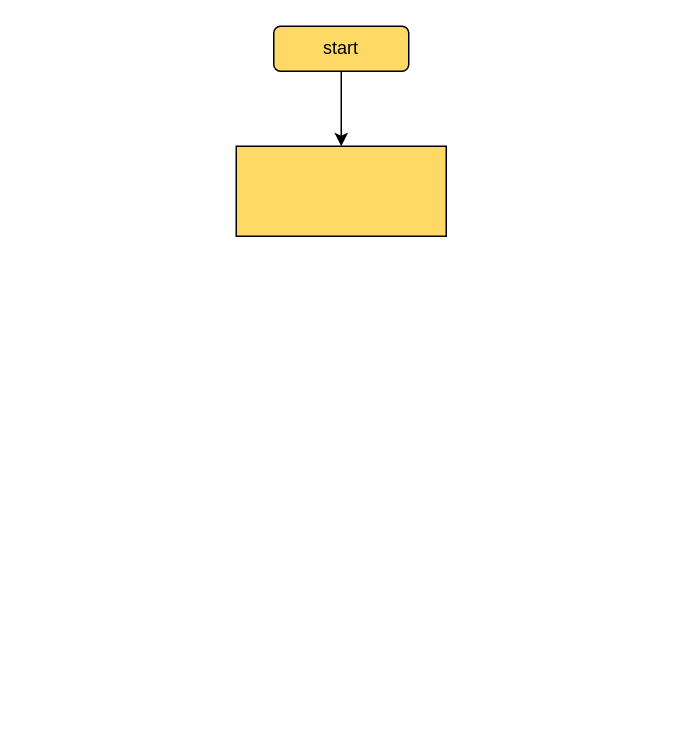
Before: page "Page-2" (2 of 2) of dd structure.drawio in SeanXLChen/gitskills, a draw.io diagram. Source tidied: cells renumbered, new cells numbered last; positions are measured from the earlier drawing's top-left corner, leaving out a move shared by most shapes. Both pictures are drawn from the tidied source at 150%, with x=0, y=0 at pixel (236, 26).
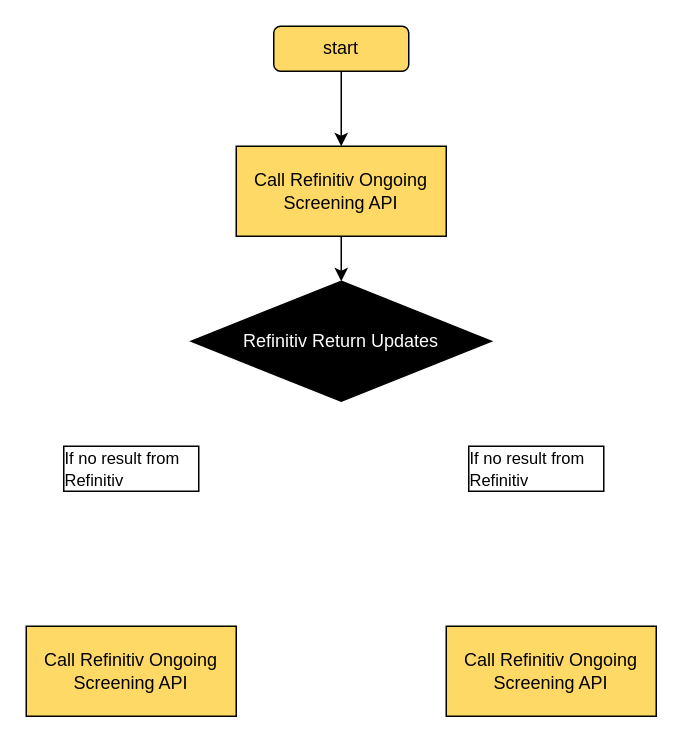
The same diagram, later.

Diff of the diagram source:
```diff
@@
 <mxGraphModel>
   <root>
     <mxCell id="0" />
     <mxCell id="1" parent="0" />
     <mxCell id="2" style="edgeStyle=orthogonalEdgeStyle;rounded=0;jettySize=auto;html=1;entryX=0.5;entryY=0;entryDx=0;entryDy=0;" parent="1" edge="1" source="3" target="4">
       <mxGeometry relative="1" as="geometry" />
     </mxCell>
     <mxCell id="3" value="start" style="rounded=1;whiteSpace=wrap;html=1;fillColor=#FFD966;" parent="1" vertex="1">
       <mxGeometry x="25" width="90" height="30" as="geometry" />
     </mxCell>
+    <mxCell id="5" style="edgeStyle=orthogonalEdgeStyle;rounded=0;jettySize=auto;html=1;entryX=0.5;entryY=0;entryDx=0;entryDy=0;" parent="1" edge="1" source="4" target="6">
+      <mxGeometry relative="1" as="geometry" />
+    </mxCell>
-    <mxCell id="4" style="rounded=0;whiteSpace=wrap;html=1;fillColor=#FFD966;" parent="1" vertex="1">
+    <mxCell id="4" value="Call Refinitiv Ongoing Screening API" style="rounded=0;whiteSpace=wrap;html=1;fillColor=#FFD966;" parent="1" vertex="1">
       <mxGeometry y="80" width="140" height="60" as="geometry" />
     </mxCell>
+    <mxCell id="6" value="&lt;p style=&quot;margin-top: 0pt ; margin-bottom: 0pt ; margin-left: 0in ; direction: ltr ; unicode-bidi: embed ; word-break: normal&quot;&gt;&lt;font color=&quot;#ffffff&quot; face=&quot;arial&quot;&gt;Refinitiv Return Updates&lt;/font&gt;&lt;/p&gt;" style="rhombus;whiteSpace=wrap;html=1;strokeColor=#000000;fillColor=#000000;" parent="1" vertex="1">
+      <mxGeometry x="-30" y="170" width="200" height="80" as="geometry" />
+    </mxCell>
+    <mxCell id="7" value="Call Refinitiv Ongoing Screening API" style="rounded=0;whiteSpace=wrap;html=1;fillColor=#FFD966;" parent="1" vertex="1">
+      <mxGeometry x="140" y="400" width="140" height="60" as="geometry" />
+    </mxCell>
+    <mxCell id="8" value="Call Refinitiv Ongoing Screening API" style="rounded=0;whiteSpace=wrap;html=1;fillColor=#FFD966;" parent="1" vertex="1">
+      <mxGeometry x="-140" y="400" width="140" height="60" as="geometry" />
+    </mxCell>
+    <mxCell id="9" value="&lt;p style=&quot;margin-top: 0pt ; margin-bottom: 0pt ; margin-left: 0in ; text-align: left ; direction: ltr ; unicode-bidi: embed ; word-break: normal&quot;&gt;&lt;font style=&quot;font-size: 11px&quot;&gt;&lt;span style=&quot;font-family: &amp;#34;arial&amp;#34;&quot;&gt;If no&amp;nbsp;&lt;/span&gt;&lt;span style=&quot;font-family: &amp;#34;arial&amp;#34;&quot;&gt;result from &lt;/span&gt;&lt;span style=&quot;font-family: &amp;#34;arial&amp;#34;&quot;&gt;Refinitiv&lt;/span&gt;&lt;/font&gt;&lt;/p&gt;" style="rounded=0;whiteSpace=wrap;html=1;strokeColor=#000000;fillColor=#FFFFFF;" parent="1" vertex="1">
+      <mxGeometry x="-115" y="280" width="90" height="30" as="geometry" />
+    </mxCell>
+    <mxCell id="10" value="&lt;p style=&quot;margin-top: 0pt ; margin-bottom: 0pt ; margin-left: 0in ; text-align: left ; direction: ltr ; unicode-bidi: embed ; word-break: normal&quot;&gt;&lt;font style=&quot;font-size: 11px&quot;&gt;&lt;span style=&quot;font-family: &amp;#34;arial&amp;#34;&quot;&gt;If no&amp;nbsp;&lt;/span&gt;&lt;span style=&quot;font-family: &amp;#34;arial&amp;#34;&quot;&gt;result from &lt;/span&gt;&lt;span style=&quot;font-family: &amp;#34;arial&amp;#34;&quot;&gt;Refinitiv&lt;/span&gt;&lt;/font&gt;&lt;/p&gt;" style="rounded=0;whiteSpace=wrap;html=1;strokeColor=#000000;fillColor=#FFFFFF;" parent="1" vertex="1">
+      <mxGeometry x="155" y="280" width="90" height="30" as="geometry" />
+    </mxCell>
   </root>
 </mxGraphModel>
```
